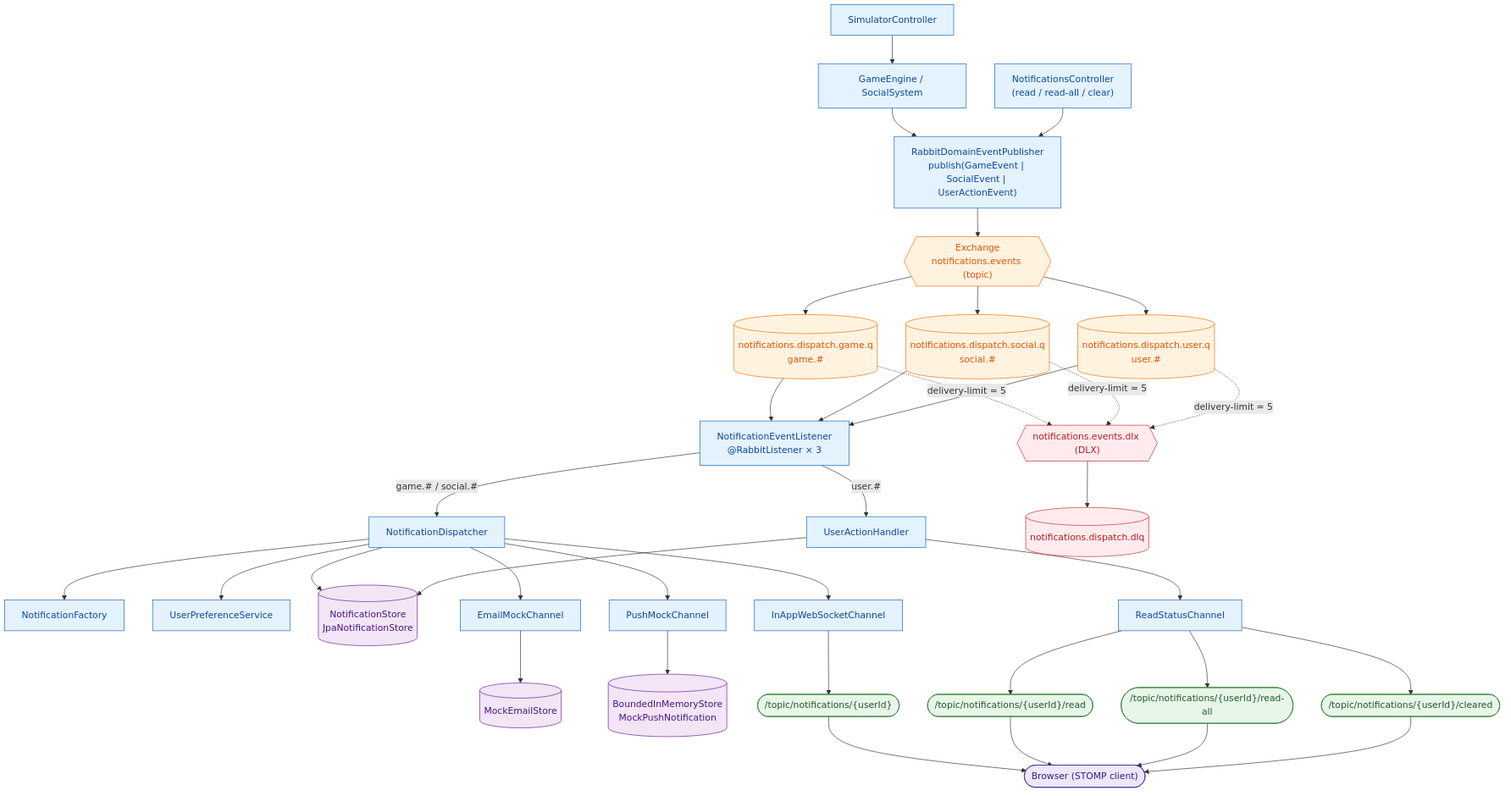
The Mermaid diagram docs/event-flow.png in juliorr/game_notification_challenge, before a commit. Its source is kept beside it as docs/event-flow.mmd.
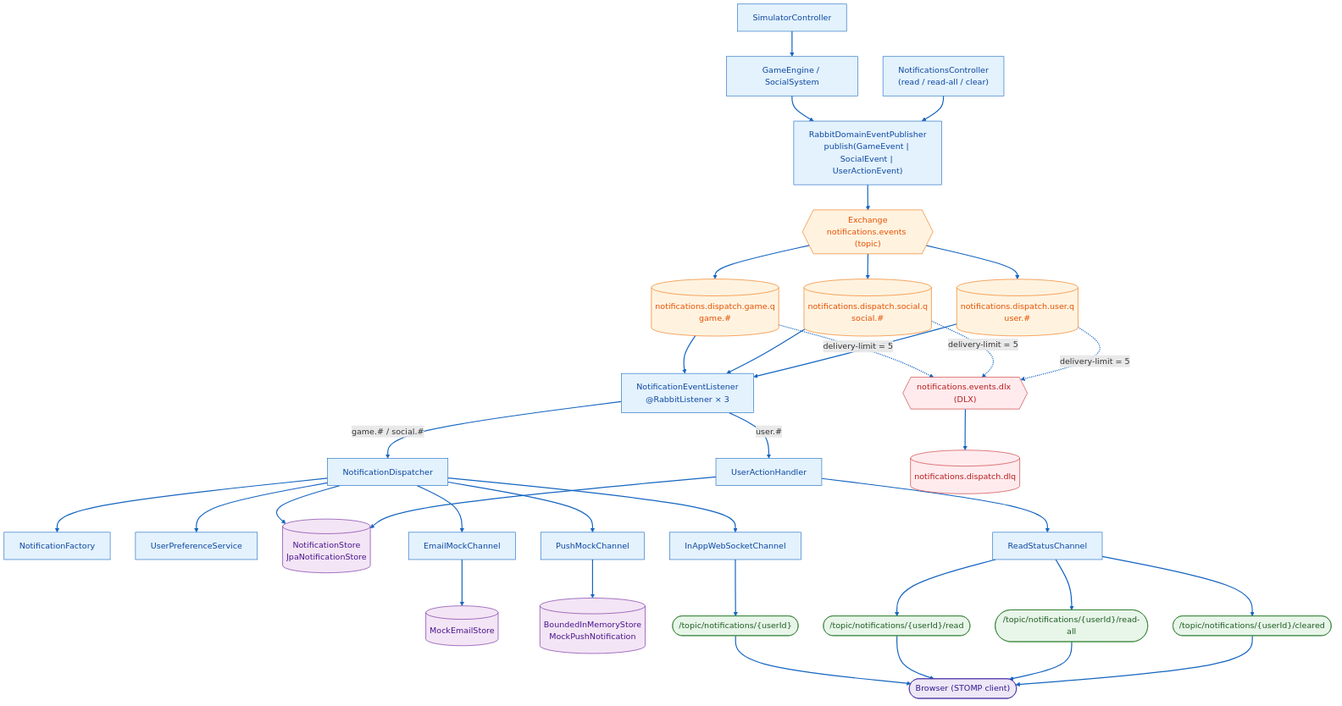
After the commit.

Commit message:
docs: use strong blue for architecture diagram edges so they remain visible on dark backgrounds

The edit, as a diff of the source:
```diff
@@ -83,3 +83,5 @@
     class T1,T2,T3,T4 topic;
     class CLIENT client;
     class DLX,DLQ fail;
+
+    linkStyle default stroke:#1565c0,stroke-width:2px;
```
